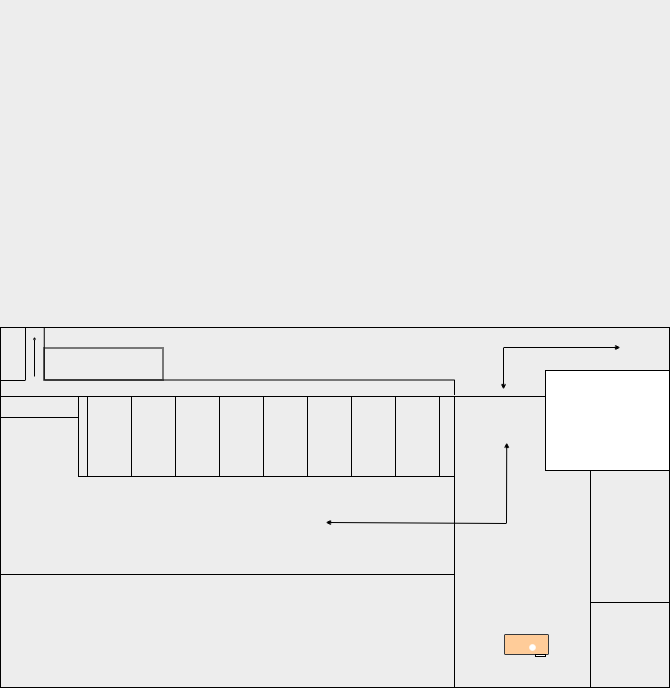
Earlier version of the draw.io export new.drawio.png (Posuza/draw.io-files). Source tidied: cells renumbered, new cells last; positions are measured from the earlier drawing's top-left corner, leaving out a move shared by most shapes.
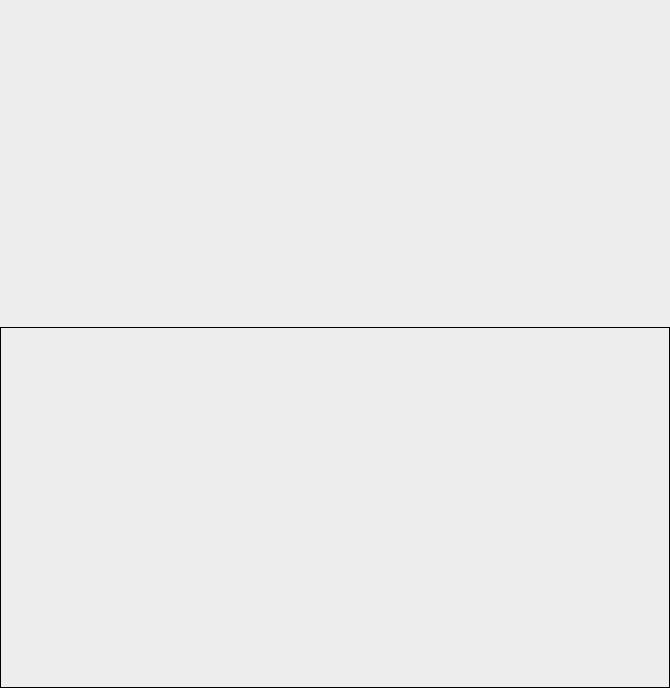
The same file after the commit.

Diff of the diagram source:
```diff
@@ -5,105 +5,11 @@
     <mxCell id="2" style="rounded=0;whiteSpace=wrap;html=1;fillColor=none;strokeColor=light-dark(#000000,#1A1A1A);" parent="1" vertex="1">
       <mxGeometry y="318" width="669" height="360" as="geometry" />
     </mxCell>
-    <mxCell id="3" style="rounded=0;whiteSpace=wrap;html=1;fillColor=none;strokeColor=light-dark(#000000,#000000);" parent="1" vertex="1">
-      <mxGeometry y="387" width="590" height="291" as="geometry" />
-    </mxCell>
     <mxCell id="4" style="edgeStyle=none;curved=1;rounded=0;orthogonalLoop=1;jettySize=auto;html=1;exitX=1;exitY=0;exitDx=0;exitDy=0;fontSize=12;startSize=8;endSize=8;" parent="1" edge="1">
       <mxGeometry relative="1" as="geometry">
         <mxPoint x="258" as="sourcePoint" />
         <mxPoint x="258" as="targetPoint" />
       </mxGeometry>
     </mxCell>
-    <mxCell id="5" style="rounded=0;whiteSpace=wrap;html=1;fillColor=none;strokeColor=light-dark(#000000,#000000);" parent="1" vertex="1">
-      <mxGeometry y="387" width="454" height="291" as="geometry" />
-    </mxCell>
-    <mxCell id="6" style="rounded=0;whiteSpace=wrap;html=1;fillColor=none;strokeColor=light-dark(#000000,#000000);glass=0;shadow=0;gradientColor=none;" parent="1" vertex="1">
-      <mxGeometry x="590" y="461" width="79" height="132" as="geometry" />
-    </mxCell>
-    <mxCell id="7" style="rounded=0;whiteSpace=wrap;html=1;fillColor=light-dark(#FFFFFF,#666666);strokeColor=light-dark(#000000,#000000);glass=0;shadow=0;gradientColor=none;" parent="1" vertex="1">
-      <mxGeometry x="545" y="361" width="124" height="100" as="geometry" />
-    </mxCell>
-    <mxCell id="8" style="rounded=0;whiteSpace=wrap;html=1;glass=0;shadow=0;fillColor=light-dark(#FFFFFF, #d1d1d1);strokeColor=none;" parent="1" vertex="1">
-      <mxGeometry x="554.5" y="371" width="105" height="80" as="geometry" />
-    </mxCell>
-    <mxCell id="9" style="rounded=0;whiteSpace=wrap;html=1;glass=0;shadow=0;fillColor=none;strokeColor=light-dark(#000000,#1A1A1A);" parent="1" vertex="1">
-      <mxGeometry x="439" y="387" width="15" height="80" as="geometry" />
-    </mxCell>
-    <mxCell id="10" style="rounded=0;whiteSpace=wrap;html=1;glass=0;shadow=0;fillColor=none;strokeColor=light-dark(#000000,#1A1A1A);" parent="1" vertex="1">
-      <mxGeometry x="395" y="387" width="44" height="80" as="geometry" />
-    </mxCell>
-    <mxCell id="11" style="rounded=0;whiteSpace=wrap;html=1;glass=0;shadow=0;fillColor=none;strokeColor=light-dark(#000000,#1A1A1A);" parent="1" vertex="1">
-      <mxGeometry y="565" width="454" height="113" as="geometry" />
-    </mxCell>
-    <mxCell id="12" style="rounded=0;whiteSpace=wrap;html=1;glass=0;shadow=0;fillColor=none;strokeColor=light-dark(#000000,#1A1A1A);" parent="1" vertex="1">
-      <mxGeometry x="351" y="387" width="44" height="80" as="geometry" />
-    </mxCell>
-    <mxCell id="13" style="rounded=0;whiteSpace=wrap;html=1;glass=0;shadow=0;fillColor=none;strokeColor=light-dark(#000000,#1A1A1A);" parent="1" vertex="1">
-      <mxGeometry x="307" y="387" width="44" height="80" as="geometry" />
-    </mxCell>
-    <mxCell id="14" style="rounded=0;whiteSpace=wrap;html=1;glass=0;shadow=0;fillColor=none;strokeColor=light-dark(#000000,#1A1A1A);" parent="1" vertex="1">
-      <mxGeometry x="263" y="387" width="44" height="80" as="geometry" />
-    </mxCell>
-    <mxCell id="15" style="rounded=0;whiteSpace=wrap;html=1;glass=0;shadow=0;fillColor=none;strokeColor=light-dark(#000000,#1A1A1A);" parent="1" vertex="1">
-      <mxGeometry x="219" y="387" width="44" height="80" as="geometry" />
-    </mxCell>
-    <mxCell id="16" style="rounded=0;whiteSpace=wrap;html=1;glass=0;shadow=0;fillColor=none;strokeColor=light-dark(#000000,#1A1A1A);" parent="1" vertex="1">
-      <mxGeometry x="175" y="387" width="44" height="80" as="geometry" />
-    </mxCell>
-    <mxCell id="17" style="rounded=0;whiteSpace=wrap;html=1;glass=0;shadow=0;fillColor=none;strokeColor=light-dark(#000000,#1A1A1A);" parent="1" vertex="1">
-      <mxGeometry x="131" y="387" width="44" height="80" as="geometry" />
-    </mxCell>
-    <mxCell id="18" style="rounded=0;whiteSpace=wrap;html=1;glass=0;shadow=0;fillColor=none;strokeColor=light-dark(#000000,#1A1A1A);" parent="1" vertex="1">
-      <mxGeometry x="87" y="387" width="44" height="80" as="geometry" />
-    </mxCell>
-    <mxCell id="19" style="rounded=0;whiteSpace=wrap;html=1;glass=0;shadow=0;fillColor=none;strokeColor=light-dark(#000000,#1A1A1A);" parent="1" vertex="1">
-      <mxGeometry x="78" y="387" width="9" height="80" as="geometry" />
-    </mxCell>
-    <mxCell id="20" style="rounded=0;whiteSpace=wrap;html=1;glass=0;shadow=0;fillColor=none;strokeColor=light-dark(#000000,#1A1A1A);" parent="1" vertex="1">
-      <mxGeometry y="387" width="78" height="21" as="geometry" />
-    </mxCell>
-    <mxCell id="21" style="shape=partialRectangle;whiteSpace=wrap;html=1;top=0;left=0;fillColor=none;rounded=0;shadow=0;glass=0;strokeColor=light-dark(#000000,#000000);align=center;verticalAlign=middle;fontFamily=Helvetica;fontSize=12;fontColor=default;" parent="1" vertex="1">
-      <mxGeometry y="318" width="25" height="53" as="geometry" />
-    </mxCell>
-    <mxCell id="22" style="shape=partialRectangle;whiteSpace=wrap;html=1;top=0;left=0;fillColor=none;rounded=0;shadow=0;glass=0;strokeColor=light-dark(#000000,#000000);align=center;verticalAlign=middle;fontFamily=Helvetica;fontSize=12;fontColor=default;rotation=90;" parent="1" vertex="1">
-      <mxGeometry x="222.6" y="139.4" width="52.2" height="410" as="geometry" />
-    </mxCell>
-    <mxCell id="23" style="rounded=0;whiteSpace=wrap;html=1;glass=0;shadow=0;fillColor=none;strokeColor=light-dark(#000000,#1A1A1A);rotation=90;" parent="1" vertex="1">
-      <mxGeometry x="87" y="295" width="32" height="119" as="geometry" />
-    </mxCell>
-    <mxCell id="24" style="shape=partialRectangle;whiteSpace=wrap;html=1;right=0;top=0;bottom=0;fillColor=none;routingCenterX=-0.5;rounded=0;shadow=0;glass=0;strokeColor=light-dark(#000000,#000000);align=center;verticalAlign=middle;fontFamily=Helvetica;fontSize=12;fontColor=default;rotation=-180;" parent="1" vertex="1">
-      <mxGeometry x="392" y="371" width="62" height="14" as="geometry" />
-    </mxCell>
-    <mxCell id="25" style="rounded=1;whiteSpace=wrap;html=1;glass=0;shadow=0;fillColor=light-dark(#ffcc99, #ffc841);strokeColor=#36393d;arcSize=6;" parent="1" vertex="1">
-      <mxGeometry x="504" y="625" width="44" height="20" as="geometry" />
-    </mxCell>
-    <mxCell id="26" style="rounded=0;whiteSpace=wrap;html=1;glass=0;shadow=0;fillColor=light-dark(#FFFFFF,#AD8E40);strokeColor=light-dark(#000000, #7a6144);" parent="1" vertex="1">
-      <mxGeometry x="535" y="645" width="10" height="2" as="geometry" />
-    </mxCell>
-    <mxCell id="27" style="ellipse;whiteSpace=wrap;html=1;rounded=0;shadow=0;glass=0;strokeColor=light-dark(#FFFFFF,#FFFFFF);align=center;verticalAlign=middle;fontFamily=Helvetica;fontSize=12;fontColor=default;fillColor=default;strokeWidth=0.5;" parent="1" vertex="1">
-      <mxGeometry x="529" y="635" width="6" height="6" as="geometry" />
-    </mxCell>
-    <mxCell id="28" style="endArrow=block;html=1;rounded=0;endSize=1;startSize=1;fontFamily=Helvetica;fontSize=12;fontColor=default;strokeColor=light-dark(#000000,#1A1A1A);endFill=1;jumpSize=1;startArrow=none;startFill=0;" parent="1" edge="1">
-      <mxGeometry relative="1" as="geometry">
-        <mxPoint x="34" y="367" as="sourcePoint" />
-        <mxPoint x="34" y="327" as="targetPoint" />
-      </mxGeometry>
-    </mxCell>
-    <mxCell id="29" style="endArrow=block;html=1;rounded=0;endSize=3;startSize=3;fontFamily=Helvetica;fontSize=12;fontColor=default;strokeColor=light-dark(#000000,#1A1A1A);endFill=1;jumpSize=1;startArrow=block;startFill=1;exitX=0.716;exitY=0.433;exitDx=0;exitDy=0;exitPerimeter=0;entryX=0.858;entryY=0.158;entryDx=0;entryDy=0;entryPerimeter=0;" parent="1" edge="1" source="5" target="3">
-      <mxGeometry relative="1" as="geometry">
-        <Array as="points">
-          <mxPoint x="506" y="514" />
-        </Array>
-      </mxGeometry>
-    </mxCell>
-    <mxCell id="30" style="endArrow=block;html=1;rounded=0;endSize=3;startSize=3;fontFamily=Helvetica;fontSize=12;fontColor=default;strokeColor=light-dark(#000000,#1A1A1A);endFill=1;jumpSize=1;startArrow=block;startFill=1;" parent="1" edge="1">
-      <mxGeometry relative="1" as="geometry">
-        <mxPoint x="503" y="380" as="sourcePoint" />
-        <mxPoint x="620" y="338" as="targetPoint" />
-        <Array as="points">
-          <mxPoint x="503" y="338" />
-        </Array>
-      </mxGeometry>
-    </mxCell>
   </root>
 </mxGraphModel>
```
